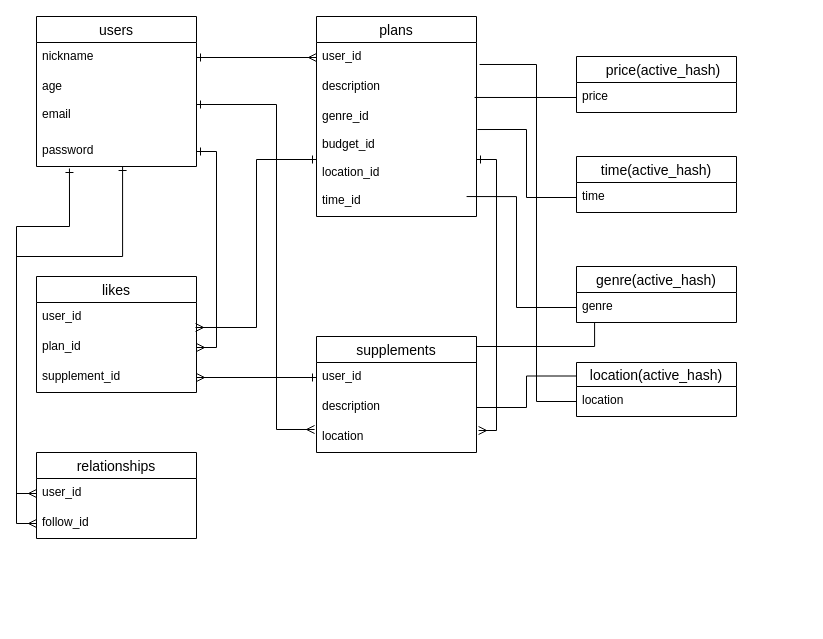
Above: er.dio in maradonamania/entertain_yourself (draw.io), before the change. Source tidied: cells renumbered, new cells numbered last; positions are measured from the earlier drawing's top-left corner, leaving out a move shared by most shapes. Both pictures are drawn from the tidied source at 100%, with x=0, y=0 at pixel (16, 16).
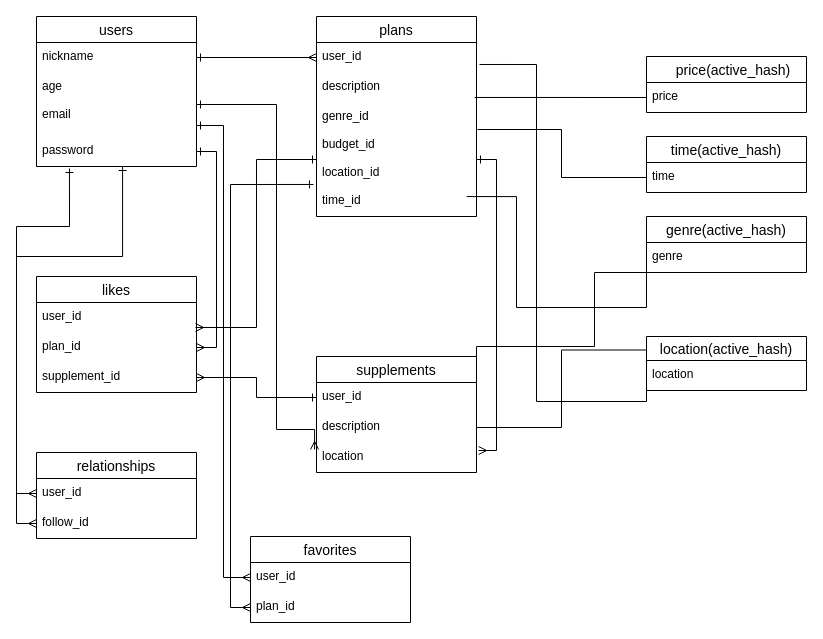
The same diagram, later.

Unchanged cells that the change refers to:
```xml
<mxCell id="4" value="age&#10;&#10;email" style="text;strokeColor=none;fillColor=none;spacingLeft=4;spacingRight=4;overflow=hidden;points=[[0,0.5],[1,0.5]];portConstraint=eastwest;fontSize=12;" parent="2" vertex="1">
  <mxGeometry y="56" width="160" height="64" as="geometry" />
</mxCell>
<mxCell id="9" value="genre_id&#10;&#10;budget_id&#10;&#10;location_id&#10;&#10;time_id&#10;&#10;" style="text;strokeColor=none;fillColor=none;spacingLeft=4;spacingRight=4;overflow=hidden;points=[[0,0.5],[1,0.5]];portConstraint=eastwest;fontSize=12;" parent="6" vertex="1">
  <mxGeometry y="86" width="160" height="114" as="geometry" />
</mxCell>
```

What changed in the source:
```diff
@@
     <mxCell id="10" value="supplements" style="swimlane;fontStyle=0;horizontal=1;startSize=26;align=center;fontSize=14;" parent="1" vertex="1">
-      <mxGeometry x="300" y="320" width="160" height="116" as="geometry" />
+      <mxGeometry x="300" y="340" width="160" height="116" as="geometry" />
     </mxCell>
@@
     <mxCell id="24" value="　price(active_hash)" style="swimlane;fontStyle=0;horizontal=1;startSize=26;align=center;fontSize=14;" parent="1" vertex="1">
-      <mxGeometry x="560" y="40" width="160" height="56" as="geometry" />
+      <mxGeometry x="630" y="40" width="160" height="56" as="geometry" />
     </mxCell>
@@
     <mxCell id="26" value="time(active_hash)" style="swimlane;fontStyle=0;horizontal=1;startSize=26;align=center;fontSize=14;" parent="1" vertex="1">
-      <mxGeometry x="560" y="140" width="160" height="56" as="geometry" />
+      <mxGeometry x="630" y="120" width="160" height="56" as="geometry" />
     </mxCell>
@@
     <mxCell id="28" value="genre(active_hash)" style="swimlane;fontStyle=0;horizontal=1;startSize=26;align=center;fontSize=14;" parent="1" vertex="1">
-      <mxGeometry x="560" y="250" width="160" height="56" as="geometry" />
+      <mxGeometry x="630" y="200" width="160" height="56" as="geometry" />
     </mxCell>
@@
     <mxCell id="30" value="location(active_hash)" style="swimlane;fontStyle=0;horizontal=1;startSize=24;align=center;fontSize=14;" parent="1" vertex="1">
-      <mxGeometry x="560" y="346" width="160" height="54" as="geometry" />
+      <mxGeometry x="630" y="320" width="160" height="54" as="geometry" />
     </mxCell>
@@
+    <mxCell id="43" value="favorites" style="swimlane;fontStyle=0;horizontal=1;startSize=26;align=center;fontSize=14;" parent="1" vertex="1">
+      <mxGeometry x="234" y="520" width="160" height="86" as="geometry" />
+    </mxCell>
+    <mxCell id="44" value="user_id" style="text;strokeColor=none;fillColor=none;spacingLeft=4;spacingRight=4;overflow=hidden;points=[[0,0.5],[1,0.5]];portConstraint=eastwest;fontSize=12;" parent="43" vertex="1">
+      <mxGeometry y="26" width="160" height="30" as="geometry" />
+    </mxCell>
+    <mxCell id="45" value="plan_id" style="text;strokeColor=none;fillColor=none;spacingLeft=4;spacingRight=4;overflow=hidden;points=[[0,0.5],[1,0.5]];portConstraint=eastwest;fontSize=12;" parent="43" vertex="1">
+      <mxGeometry y="56" width="160" height="30" as="geometry" />
+    </mxCell>
+    <mxCell id="46" style="edgeStyle=orthogonalEdgeStyle;rounded=0;jettySize=auto;html=1;exitX=0;exitY=0.5;exitDx=0;exitDy=0;entryX=1;entryY=0.828;entryDx=0;entryDy=0;entryPerimeter=0;endArrow=ERone;endFill=0;startArrow=ERmany;startFill=0;" parent="1" edge="1" source="44" target="4">
+      <mxGeometry relative="1" as="geometry" />
+    </mxCell>
+    <mxCell id="47" style="edgeStyle=orthogonalEdgeStyle;rounded=0;jettySize=auto;html=1;exitX=0;exitY=0.5;exitDx=0;exitDy=0;entryX=-0.019;entryY=0.719;entryDx=0;entryDy=0;entryPerimeter=0;startArrow=ERmany;startFill=0;endArrow=ERone;endFill=0;" parent="1" edge="1" source="45" target="9">
+      <mxGeometry relative="1" as="geometry" />
+    </mxCell>
```
